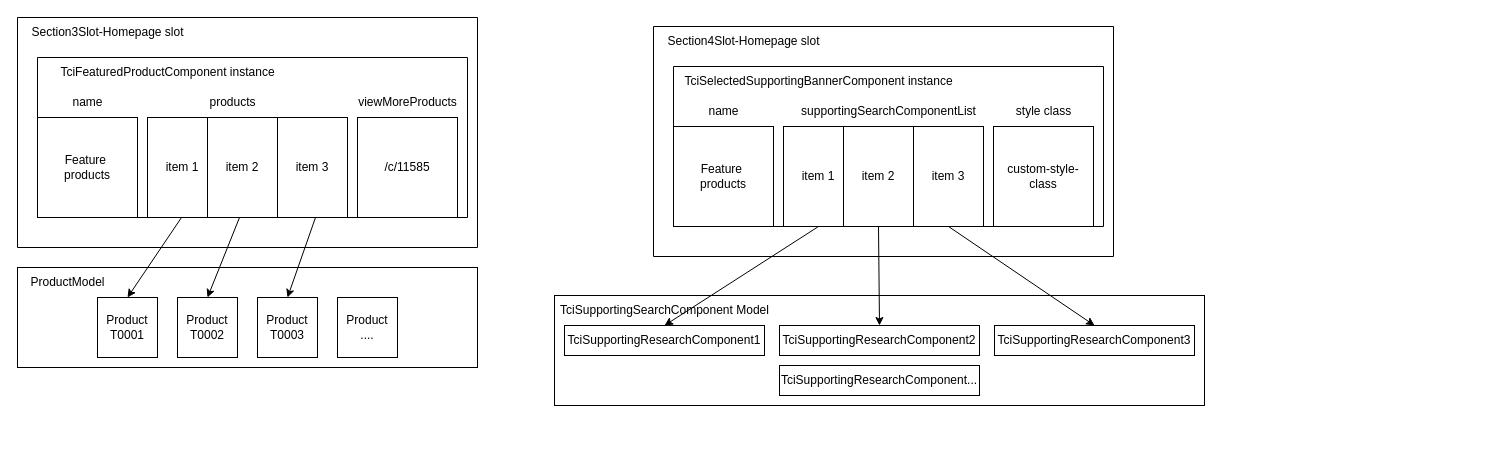
Earlier version of the draw.io diagram diagrams/DrawTemp.drawio (pinestran/transferfiles). Source tidied: cells renumbered, new cells numbered last; positions are measured from the earlier drawing's top-left corner, leaving out a move shared by most shapes. Both pictures are drawn from the tidied source at 100%, with x=0, y=0 at pixel (17, 17).
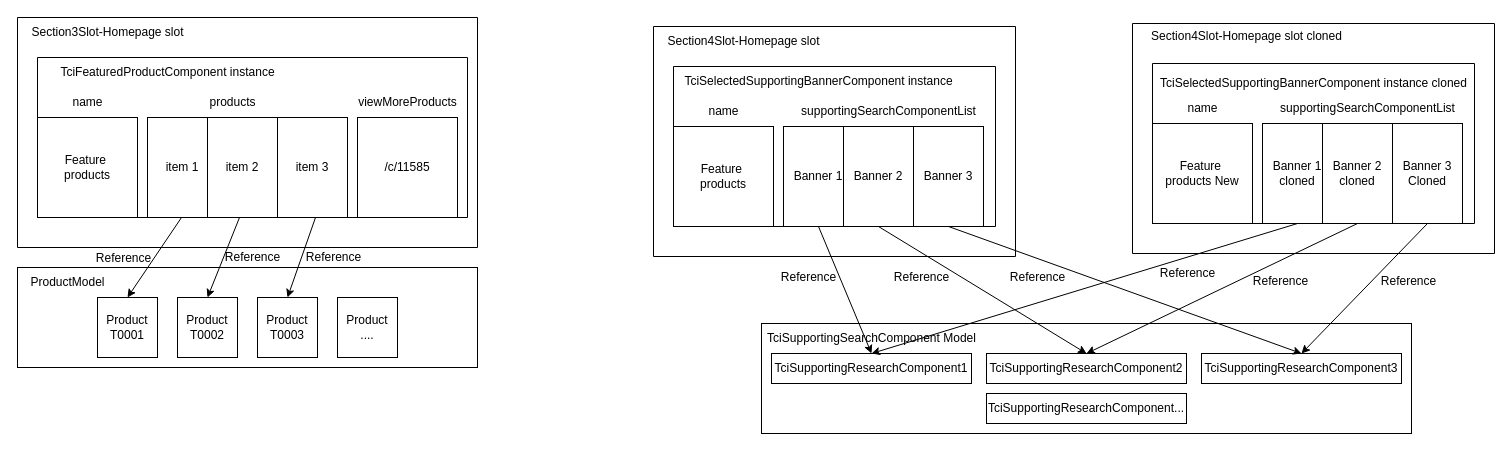
Above is the later version.

Diff of the diagram source:
```diff
@@
     <mxCell id="21" style="rounded=0;whiteSpace=wrap;html=1;" parent="1" vertex="1">
-      <mxGeometry x="537" y="278" width="650" height="110" as="geometry" />
+      <mxGeometry x="744" y="306" width="650" height="110" as="geometry" />
     </mxCell>
     <mxCell id="22" style="swimlane;startSize=0;" parent="1" vertex="1">
-      <mxGeometry x="636" y="9" width="460" height="230" as="geometry" />
+      <mxGeometry x="636" y="9" width="362" height="230" as="geometry" />
     </mxCell>
@@
     <mxCell id="24" style="swimlane;startSize=0;" parent="22" vertex="1">
-      <mxGeometry x="20" y="40" width="430" height="160" as="geometry" />
+      <mxGeometry x="20" y="40" width="322" height="160" as="geometry" />
     </mxCell>
@@
-    <mxCell id="27" value="custom-style-class" style="whiteSpace=wrap;html=1;" parent="24" vertex="1">
-      <mxGeometry x="320" y="60" width="100" height="100" as="geometry" />
-    </mxCell>
@@
-    <mxCell id="29" value="item 1" style="rounded=0;whiteSpace=wrap;html=1;" parent="24" vertex="1">
+    <mxCell id="29" value="Banner 1" style="rounded=0;whiteSpace=wrap;html=1;" parent="24" vertex="1">
       <mxGeometry x="110" y="60" width="70" height="100" as="geometry" />
     </mxCell>
-    <mxCell id="30" value="item 3" style="rounded=0;whiteSpace=wrap;html=1;" parent="24" vertex="1">
+    <mxCell id="30" value="Banner 3" style="rounded=0;whiteSpace=wrap;html=1;" parent="24" vertex="1">
       <mxGeometry x="240" y="60" width="70" height="100" as="geometry" />
     </mxCell>
-    <mxCell id="31" value="item 2" style="rounded=0;whiteSpace=wrap;html=1;" parent="24" vertex="1">
+    <mxCell id="31" value="Banner 2" style="rounded=0;whiteSpace=wrap;html=1;" parent="24" vertex="1">
       <mxGeometry x="170" y="60" width="70" height="100" as="geometry" />
     </mxCell>
-    <mxCell id="32" value="style class" style="text;html=1;align=center;verticalAlign=middle;strokeColor=none;fillColor=none;" parent="24" vertex="1">
-      <mxGeometry x="330" y="30" width="80" height="30" as="geometry" />
-    </mxCell>
@@
     <mxCell id="35" value="TciSupportingSearchComponent Model" style="text;html=1;align=center;verticalAlign=middle;strokeColor=none;fillColor=none;" parent="1" vertex="1">
-      <mxGeometry x="532" y="278" width="230" height="30" as="geometry" />
+      <mxGeometry x="739" y="306" width="230" height="30" as="geometry" />
     </mxCell>
     <mxCell id="36" value="TciSupportingResearchComponent1" style="rounded=0;whiteSpace=wrap;html=1;" parent="1" vertex="1">
-      <mxGeometry x="547" y="308" width="200" height="30" as="geometry" />
+      <mxGeometry x="754" y="336" width="200" height="30" as="geometry" />
     </mxCell>
     <mxCell id="37" value="TciSupportingResearchComponent2" style="rounded=0;whiteSpace=wrap;html=1;" parent="1" vertex="1">
-      <mxGeometry x="762" y="308" width="200" height="30" as="geometry" />
+      <mxGeometry x="969" y="336" width="200" height="30" as="geometry" />
     </mxCell>
     <mxCell id="38" value="TciSupportingResearchComponent3" style="rounded=0;whiteSpace=wrap;html=1;" parent="1" vertex="1">
-      <mxGeometry x="977" y="308" width="200" height="30" as="geometry" />
+      <mxGeometry x="1184" y="336" width="200" height="30" as="geometry" />
     </mxCell>
     <mxCell id="39" value="TciSupportingResearchComponent..." style="rounded=0;whiteSpace=wrap;html=1;" parent="1" vertex="1">
-      <mxGeometry x="762" y="348" width="200" height="30" as="geometry" />
+      <mxGeometry x="969" y="376" width="200" height="30" as="geometry" />
     </mxCell>
@@
+    <mxCell id="46" value="Reference" style="text;html=1;align=center;verticalAlign=middle;strokeColor=none;fillColor=none;" parent="1" vertex="1">
+      <mxGeometry x="754" y="247" width="73" height="26" as="geometry" />
+    </mxCell>
+    <mxCell id="47" value="Reference" style="text;html=1;align=center;verticalAlign=middle;strokeColor=none;fillColor=none;" parent="1" vertex="1">
+      <mxGeometry x="983" y="247" width="73" height="26" as="geometry" />
+    </mxCell>
+    <mxCell id="48" value="Reference" style="text;html=1;align=center;verticalAlign=middle;strokeColor=none;fillColor=none;" parent="1" vertex="1">
+      <mxGeometry x="867" y="247" width="73" height="26" as="geometry" />
+    </mxCell>
+    <mxCell id="49" value="Reference" style="text;html=1;align=center;verticalAlign=middle;strokeColor=none;fillColor=none;" parent="1" vertex="1">
+      <mxGeometry x="69" y="228" width="73" height="26" as="geometry" />
+    </mxCell>
+    <mxCell id="50" value="Reference" style="text;html=1;align=center;verticalAlign=middle;strokeColor=none;fillColor=none;" parent="1" vertex="1">
+      <mxGeometry x="198" y="227" width="73" height="26" as="geometry" />
+    </mxCell>
+    <mxCell id="51" value="Reference" style="text;html=1;align=center;verticalAlign=middle;strokeColor=none;fillColor=none;" parent="1" vertex="1">
+      <mxGeometry x="279" y="227" width="73" height="26" as="geometry" />
+    </mxCell>
+    <mxCell id="52" style="swimlane;startSize=0;" parent="1" vertex="1">
+      <mxGeometry x="1115" y="6" width="362" height="230" as="geometry" />
+    </mxCell>
+    <mxCell id="53" value="Section4Slot-Homepage slot cloned" style="text;html=1;align=center;verticalAlign=middle;strokeColor=none;fillColor=none;" parent="52" vertex="1">
+      <mxGeometry x="9" width="209" height="26" as="geometry" />
+    </mxCell>
+    <mxCell id="54" style="swimlane;startSize=0;" parent="52" vertex="1">
+      <mxGeometry x="20" y="40" width="322" height="160" as="geometry" />
+    </mxCell>
+    <mxCell id="55" value="TciSelectedSupportingBannerComponent instance cloned" style="text;html=1;align=center;verticalAlign=middle;strokeColor=none;fillColor=none;" parent="54" vertex="1">
+      <mxGeometry x="-1.5" y="7" width="325" height="26" as="geometry" />
+    </mxCell>
+    <mxCell id="56" value="Feature&amp;nbsp;&lt;br&gt;products New" style="whiteSpace=wrap;html=1;" parent="54" vertex="1">
+      <mxGeometry y="60" width="100" height="100" as="geometry" />
+    </mxCell>
+    <mxCell id="57" style="rounded=0;whiteSpace=wrap;html=1;" parent="54" vertex="1">
+      <mxGeometry x="110" y="60" width="200" height="100" as="geometry" />
+    </mxCell>
+    <mxCell id="58" value="Banner 1 cloned" style="rounded=0;whiteSpace=wrap;html=1;" parent="54" vertex="1">
+      <mxGeometry x="110" y="60" width="70" height="100" as="geometry" />
+    </mxCell>
+    <mxCell id="59" value="Banner 3&lt;br&gt;Cloned" style="rounded=0;whiteSpace=wrap;html=1;" parent="54" vertex="1">
+      <mxGeometry x="240" y="60" width="70" height="100" as="geometry" />
+    </mxCell>
+    <mxCell id="60" value="Banner 2 cloned" style="rounded=0;whiteSpace=wrap;html=1;" parent="54" vertex="1">
+      <mxGeometry x="170" y="60" width="70" height="100" as="geometry" />
+    </mxCell>
+    <mxCell id="61" value="supportingSearchComponentList" style="text;html=1;align=center;verticalAlign=middle;strokeColor=none;fillColor=none;" parent="54" vertex="1">
+      <mxGeometry x="115" y="30" width="200" height="30" as="geometry" />
+    </mxCell>
+    <mxCell id="62" value="name" style="text;html=1;align=center;verticalAlign=middle;strokeColor=none;fillColor=none;" parent="54" vertex="1">
+      <mxGeometry x="25" y="30" width="50" height="30" as="geometry" />
+    </mxCell>
+    <mxCell id="63" style="endArrow=classic;html=1;rounded=0;entryX=0.5;entryY=0;entryDx=0;entryDy=0;exitX=0.5;exitY=1;exitDx=0;exitDy=0;" parent="1" edge="1" source="59" target="38">
+      <mxGeometry relative="1" as="geometry" />
+    </mxCell>
+    <mxCell id="64" style="endArrow=classic;html=1;rounded=0;entryX=0.5;entryY=0;entryDx=0;entryDy=0;exitX=0.5;exitY=1;exitDx=0;exitDy=0;" parent="1" edge="1" source="60" target="37">
+      <mxGeometry relative="1" as="geometry" />
+    </mxCell>
+    <mxCell id="65" style="endArrow=classic;html=1;rounded=0;entryX=0.5;entryY=0;entryDx=0;entryDy=0;exitX=0.5;exitY=1;exitDx=0;exitDy=0;" parent="1" edge="1" source="58" target="36">
+      <mxGeometry relative="1" as="geometry" />
+    </mxCell>
+    <mxCell id="66" value="Reference" style="text;html=1;align=center;verticalAlign=middle;strokeColor=none;fillColor=none;" parent="1" vertex="1">
+      <mxGeometry x="1133" y="243" width="73" height="26" as="geometry" />
+    </mxCell>
+    <mxCell id="67" value="Reference" style="text;html=1;align=center;verticalAlign=middle;strokeColor=none;fillColor=none;" parent="1" vertex="1">
+      <mxGeometry x="1354" y="251" width="73" height="26" as="geometry" />
+    </mxCell>
+    <mxCell id="68" value="Reference" style="text;html=1;align=center;verticalAlign=middle;strokeColor=none;fillColor=none;" parent="1" vertex="1">
+      <mxGeometry x="1226" y="251" width="73" height="26" as="geometry" />
+    </mxCell>
```
